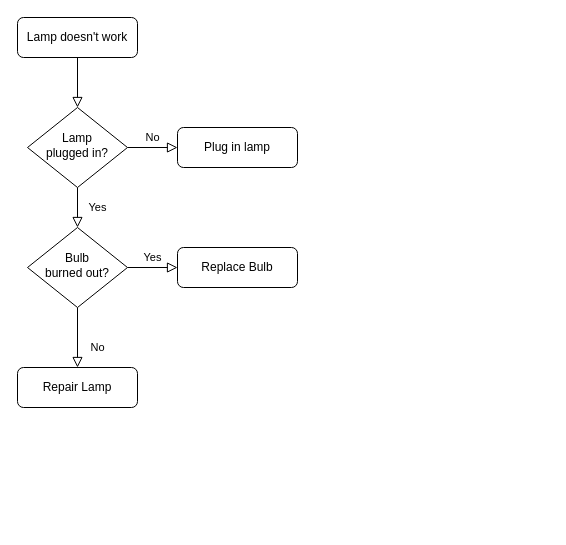
Yuchao-Qin/-webpack keeps this draw.io diagram as 未命名绘图.drawio. Above is the earlier version. Source tidied: cells renumbered, new cells numbered last; positions are measured from the earlier drawing's top-left corner, leaving out a move shared by most shapes. Both pictures are drawn from the tidied source at 100%, with x=0, y=0 at pixel (17, 17).
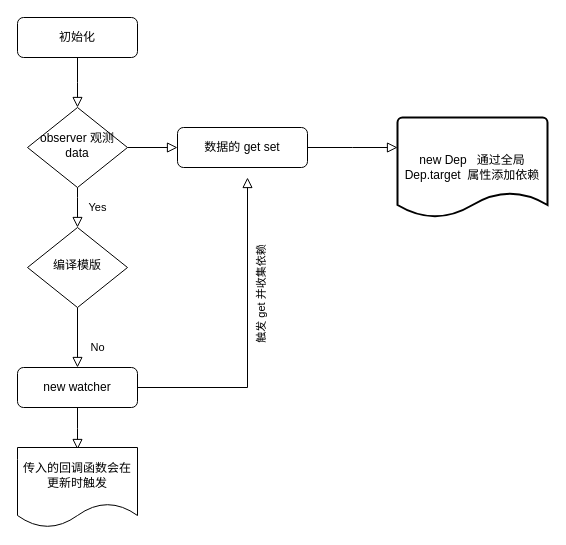
The same page after the edit.

The edit, as a diff of the source:
```diff
@@
     <mxCell id="2" style="rounded=0;html=1;jettySize=auto;fontSize=11;endArrow=block;endFill=0;endSize=8;strokeWidth=1;shadow=0;labelBackgroundColor=none;edgeStyle=orthogonalEdgeStyle;" parent="1" edge="1" source="3" target="6">
-      <mxGeometry relative="1" as="geometry" />
+      <mxGeometry relative="1" as="geometry">
+        <Array as="points">
+          <mxPoint x="60" y="65" />
+          <mxPoint x="60" y="65" />
+        </Array>
+      </mxGeometry>
     </mxCell>
-    <mxCell id="3" value="Lamp doesn't work" style="rounded=1;whiteSpace=wrap;html=1;fontSize=12;glass=0;strokeWidth=1;shadow=0;" parent="1" vertex="1">
+    <mxCell id="3" value="初始化" style="rounded=1;whiteSpace=wrap;html=1;fontSize=12;glass=0;strokeWidth=1;shadow=0;" parent="1" vertex="1">
       <mxGeometry width="120" height="40" as="geometry" />
     </mxCell>
     <mxCell id="4" value="Yes" style="rounded=0;html=1;jettySize=auto;fontSize=11;endArrow=block;endFill=0;endSize=8;strokeWidth=1;shadow=0;labelBackgroundColor=none;edgeStyle=orthogonalEdgeStyle;" parent="1" edge="1" source="6" target="10">
-      <mxGeometry y="20" relative="1" as="geometry" />
+      <mxGeometry y="20" relative="1" as="geometry">
+        <Array as="points">
+          <mxPoint x="60" y="180" />
+          <mxPoint x="60" y="180" />
+        </Array>
+      </mxGeometry>
     </mxCell>
-    <mxCell id="5" value="No" style="edgeStyle=orthogonalEdgeStyle;rounded=0;html=1;jettySize=auto;fontSize=11;endArrow=block;endFill=0;endSize=8;strokeWidth=1;shadow=0;labelBackgroundColor=none;" parent="1" edge="1" source="6" target="7">
+    <mxCell id="5" style="edgeStyle=orthogonalEdgeStyle;rounded=0;html=1;jettySize=auto;fontSize=11;endArrow=block;endFill=0;endSize=8;strokeWidth=1;shadow=0;labelBackgroundColor=none;" parent="1" edge="1" source="6" target="7">
       <mxGeometry y="10" relative="1" as="geometry" />
     </mxCell>
-    <mxCell id="6" value="Lamp&lt;br&gt;plugged in?" style="rhombus;whiteSpace=wrap;html=1;shadow=0;fontFamily=Helvetica;fontSize=12;align=center;strokeWidth=1;spacing=6;spacingTop=-4;" parent="1" vertex="1">
+    <mxCell id="6" value="observer 观测data" style="rhombus;whiteSpace=wrap;html=1;shadow=0;fontFamily=Helvetica;fontSize=12;align=center;strokeWidth=1;spacing=6;spacingTop=-4;" parent="1" vertex="1">
       <mxGeometry x="10" y="90" width="100" height="80" as="geometry" />
     </mxCell>
+    <mxCell id="13" style="rounded=0;html=1;jettySize=auto;fontSize=11;endArrow=block;endFill=0;endSize=8;strokeWidth=1;shadow=0;labelBackgroundColor=none;edgeStyle=orthogonalEdgeStyle;" parent="1" edge="1" source="7">
+      <mxGeometry relative="1" as="geometry">
+        <mxPoint x="380" y="130" as="targetPoint" />
+      </mxGeometry>
+    </mxCell>
-    <mxCell id="7" value="Plug in lamp" style="rounded=1;whiteSpace=wrap;html=1;fontSize=12;glass=0;strokeWidth=1;shadow=0;" parent="1" vertex="1">
-      <mxGeometry x="160" y="110" width="120" height="40" as="geometry" />
+    <mxCell id="7" value="数据的 get set" style="rounded=1;whiteSpace=wrap;html=1;fontSize=12;glass=0;strokeWidth=1;shadow=0;" parent="1" vertex="1">
+      <mxGeometry x="160" y="110" width="130" height="40" as="geometry" />
     </mxCell>
@@
-    <mxCell id="9" value="Yes" style="edgeStyle=orthogonalEdgeStyle;rounded=0;html=1;jettySize=auto;fontSize=11;endArrow=block;endFill=0;endSize=8;strokeWidth=1;shadow=0;labelBackgroundColor=none;" parent="1" edge="1" source="10" target="12">
-      <mxGeometry y="10" relative="1" as="geometry" />
-    </mxCell>
-    <mxCell id="10" value="Bulb&lt;br&gt;burned out?" style="rhombus;whiteSpace=wrap;html=1;shadow=0;fontFamily=Helvetica;fontSize=12;align=center;strokeWidth=1;spacing=6;spacingTop=-4;" parent="1" vertex="1">
+    <mxCell id="10" value="编译模版" style="rhombus;whiteSpace=wrap;html=1;shadow=0;fontFamily=Helvetica;fontSize=12;align=center;strokeWidth=1;spacing=6;spacingTop=-4;" parent="1" vertex="1">
       <mxGeometry x="10" y="210" width="100" height="80" as="geometry" />
     </mxCell>
+    <mxCell id="14" value="触发 get 并收集&lt;font face=&quot;Verdana&quot;&gt;依赖&lt;/font&gt;" style="rounded=0;html=1;jettySize=auto;fontSize=11;endArrow=block;endFill=0;endSize=8;strokeWidth=1;shadow=0;labelBackgroundColor=none;edgeStyle=orthogonalEdgeStyle;horizontal=0;verticalAlign=bottom;" parent="1" edge="1" source="11">
+      <mxGeometry x="0.25" y="-20" relative="1" as="geometry">
+        <mxPoint x="230" y="160" as="targetPoint" />
+        <Array as="points">
+          <mxPoint x="230" y="370" />
+        </Array>
+      </mxGeometry>
+    </mxCell>
+    <mxCell id="15" style="rounded=0;html=1;jettySize=auto;fontSize=11;endArrow=block;endFill=0;endSize=8;strokeWidth=1;shadow=0;labelBackgroundColor=none;edgeStyle=orthogonalEdgeStyle;" parent="1" edge="1" source="11">
+      <mxGeometry relative="1" as="geometry">
+        <mxPoint x="60" y="432" as="targetPoint" />
+      </mxGeometry>
+    </mxCell>
-    <mxCell id="11" value="Repair Lamp" style="rounded=1;whiteSpace=wrap;html=1;fontSize=12;glass=0;strokeWidth=1;shadow=0;" parent="1" vertex="1">
+    <mxCell id="11" value="new watcher" style="rounded=1;whiteSpace=wrap;html=1;fontSize=12;glass=0;strokeWidth=1;shadow=0;" parent="1" vertex="1">
       <mxGeometry y="350" width="120" height="40" as="geometry" />
     </mxCell>
-    <mxCell id="12" value="Replace Bulb" style="rounded=1;whiteSpace=wrap;html=1;fontSize=12;glass=0;strokeWidth=1;shadow=0;" parent="1" vertex="1">
-      <mxGeometry x="160" y="230" width="120" height="40" as="geometry" />
-    </mxCell>
+    <mxCell id="16" value="传入的回调函数会在更新时触发" style="shape=document;whiteSpace=wrap;html=1;boundedLbl=1;" parent="1" vertex="1">
+      <mxGeometry y="430" width="120" height="80" as="geometry" />
+    </mxCell>
+    <mxCell id="17" value="new Dep&amp;nbsp; &amp;nbsp;通过全局 Dep.target&amp;nbsp; 属性添加依赖" style="strokeWidth=2;html=1;shape=mxgraph.flowchart.document2;whiteSpace=wrap;size=0.25;" parent="1" vertex="1">
+      <mxGeometry x="380" y="100" width="150" height="100" as="geometry" />
+    </mxCell>
```
